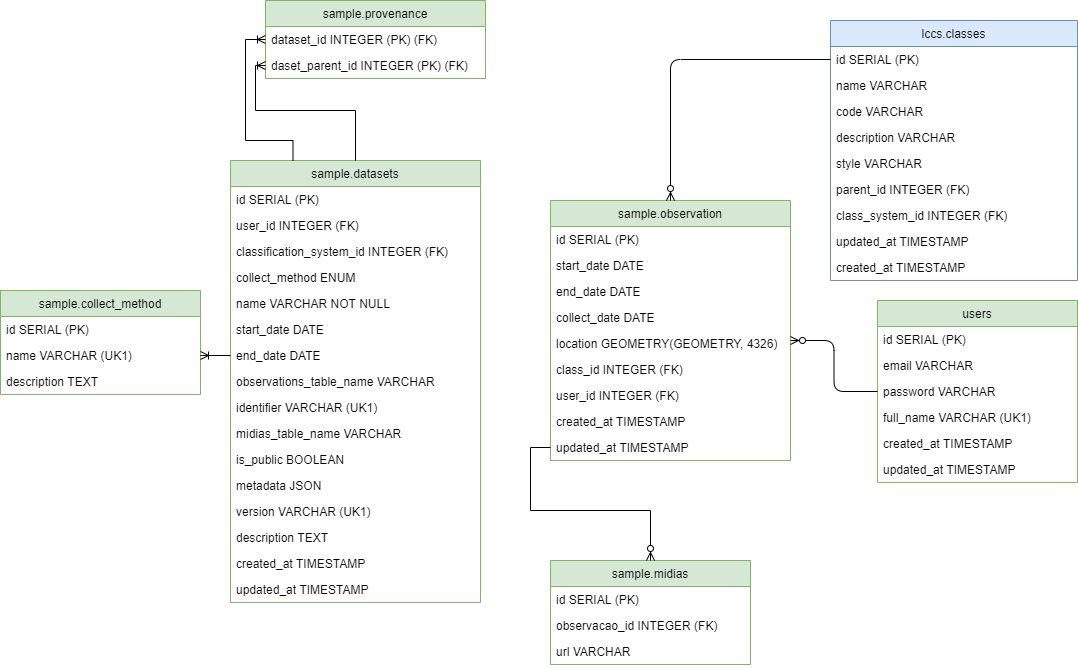
brazil-data-cube/sample-db keeps this draw.io diagram as docs/model/db-schema.png. Above is the earlier version. Source tidied: cells renumbered, new cells last; positions are measured from the earlier drawing's top-left corner, leaving out a move shared by most shapes.
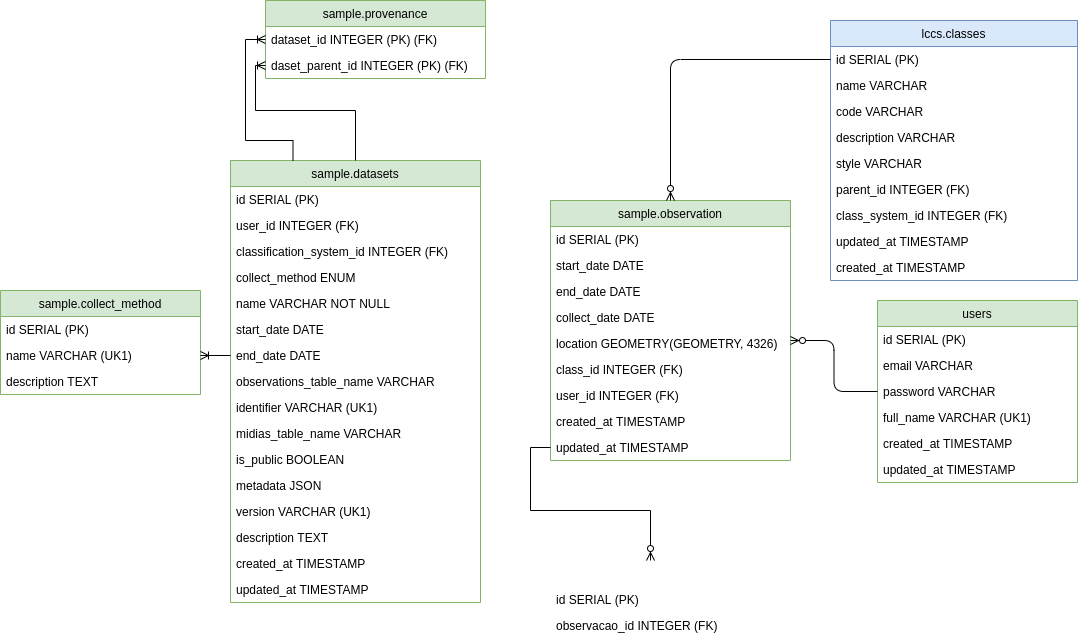
The same diagram one commit later.

Change to the diagram source:
```diff
@@ -147,62 +147,58 @@
     <mxCell id="47" value="updated_at TIMESTAMP" style="text;strokeColor=none;fillColor=none;align=left;verticalAlign=top;spacingLeft=4;spacingRight=4;overflow=hidden;" parent="31" vertex="1">
       <mxGeometry y="416" width="250" height="26" as="geometry" />
     </mxCell>
-    <mxCell id="48" value="sample.midias" style="swimlane;fontStyle=0;horizontal=1;startSize=26;fillColor=#d5e8d4;labelBackgroundColor=none;strokeColor=#82b366;" parent="1" vertex="1">
-      <mxGeometry x="550" y="560" width="200" height="104" as="geometry" />
+    <mxCell id="48" value="id SERIAL (PK)" style="text;strokeColor=none;fillColor=none;align=left;verticalAlign=top;spacingLeft=4;spacingRight=4;overflow=hidden;points=[[0,0.5],[1,0.5]];portConstraint=eastwest;" parent="1" vertex="1">
+      <mxGeometry x="550" y="586" width="200" height="26" as="geometry" />
     </mxCell>
-    <mxCell id="49" value="id SERIAL (PK)" style="text;strokeColor=none;fillColor=none;align=left;verticalAlign=top;spacingLeft=4;spacingRight=4;overflow=hidden;" parent="48" vertex="1">
-      <mxGeometry y="26" width="200" height="26" as="geometry" />
+    <mxCell id="49" value="observacao_id INTEGER (FK)" style="text;strokeColor=none;fillColor=none;align=left;verticalAlign=top;spacingLeft=4;spacingRight=4;overflow=hidden;" parent="1" vertex="1">
+      <mxGeometry x="550" y="612" width="200" height="26" as="geometry" />
     </mxCell>
-    <mxCell id="50" value="observacao_id INTEGER (FK)" style="text;strokeColor=none;fillColor=none;align=left;verticalAlign=top;spacingLeft=4;spacingRight=4;overflow=hidden;" parent="48" vertex="1">
-      <mxGeometry y="52" width="200" height="26" as="geometry" />
+    <mxCell id="50" value="sample.provenance" style="swimlane;fontStyle=0;horizontal=1;startSize=26;fillColor=#d5e8d4;labelBackgroundColor=none;strokeColor=#82b366;" parent="1" vertex="1">
+      <mxGeometry x="265" width="220" height="78" as="geometry" />
     </mxCell>
-    <mxCell id="51" value="url VARCHAR" style="text;strokeColor=none;fillColor=none;align=left;verticalAlign=top;spacingLeft=4;spacingRight=4;overflow=hidden;points=[[0,0.5],[1,0.5]];portConstraint=eastwest;" parent="48" vertex="1">
-      <mxGeometry y="78" width="200" height="26" as="geometry" />
+    <mxCell id="51" value="dataset_id INTEGER (PK) (FK)" style="text;strokeColor=none;fillColor=none;align=left;verticalAlign=top;spacingLeft=4;spacingRight=4;overflow=hidden;points=[[0,0.5],[1,0.5]];portConstraint=eastwest;" parent="50" vertex="1">
+      <mxGeometry y="26" width="220" height="26" as="geometry" />
     </mxCell>
-    <mxCell id="52" value="sample.provenance" style="swimlane;fontStyle=0;horizontal=1;startSize=26;fillColor=#d5e8d4;labelBackgroundColor=none;strokeColor=#82b366;" parent="1" vertex="1">
-      <mxGeometry x="265" width="220" height="78" as="geometry" />
+    <mxCell id="52" value="daset_parent_id INTEGER (PK) (FK)" style="text;strokeColor=none;fillColor=none;align=left;verticalAlign=top;spacingLeft=4;spacingRight=4;overflow=hidden;points=[[0,0.5],[1,0.5]];portConstraint=eastwest;" parent="50" vertex="1">
+      <mxGeometry y="52" width="220" height="26" as="geometry" />
     </mxCell>
-    <mxCell id="53" value="dataset_id INTEGER (PK) (FK)" style="text;strokeColor=none;fillColor=none;align=left;verticalAlign=top;spacingLeft=4;spacingRight=4;overflow=hidden;points=[[0,0.5],[1,0.5]];portConstraint=eastwest;" parent="52" vertex="1">
-      <mxGeometry y="26" width="220" height="26" as="geometry" />
+    <mxCell id="53" style="edgeStyle=orthogonalEdgeStyle;rounded=0;jettySize=auto;html=1;exitX=0.25;exitY=0;exitDx=0;exitDy=0;entryX=0;entryY=0.5;entryDx=0;entryDy=0;startArrow=none;startFill=0;endArrow=ERoneToMany;endFill=0;" parent="1" edge="1" source="31" target="51">
+      <mxGeometry relative="1" as="geometry">
+        <Array as="points">
+          <mxPoint x="293" y="140" />
+          <mxPoint x="245" y="140" />
+          <mxPoint x="245" y="39" />
+        </Array>
+      </mxGeometry>
     </mxCell>
-    <mxCell id="54" value="daset_parent_id INTEGER (PK) (FK)" style="text;strokeColor=none;fillColor=none;align=left;verticalAlign=top;spacingLeft=4;spacingRight=4;overflow=hidden;points=[[0,0.5],[1,0.5]];portConstraint=eastwest;" parent="52" vertex="1">
-      <mxGeometry y="52" width="220" height="26" as="geometry" />
+    <mxCell id="54" style="edgeStyle=orthogonalEdgeStyle;rounded=0;jettySize=auto;html=1;exitX=0.5;exitY=0;exitDx=0;exitDy=0;entryX=0;entryY=0.5;entryDx=0;entryDy=0;startArrow=none;startFill=0;endArrow=ERoneToMany;endFill=0;" parent="1" edge="1" source="31" target="52">
+      <mxGeometry relative="1" as="geometry">
+        <Array as="points">
+          <mxPoint x="355" y="110" />
+          <mxPoint x="255" y="110" />
+          <mxPoint x="255" y="65" />
+        </Array>
+      </mxGeometry>
     </mxCell>
-    <mxCell id="55" style="edgeStyle=orthogonalEdgeStyle;rounded=0;jettySize=auto;html=1;exitX=0.25;exitY=0;exitDx=0;exitDy=0;entryX=0;entryY=0.5;entryDx=0;entryDy=0;startArrow=none;startFill=0;endArrow=ERoneToMany;endFill=0;" parent="1" edge="1" source="31" target="53">
+    <mxCell id="55" style="edgeStyle=orthogonalEdgeStyle;rounded=0;jettySize=auto;html=1;exitX=0;exitY=0.5;exitDx=0;exitDy=0;entryX=0.5;entryY=0;entryDx=0;entryDy=0;startArrow=none;startFill=0;endArrow=ERzeroToMany;endFill=1;" parent="1" edge="1" source="28">
       <mxGeometry relative="1" as="geometry">
-        <Array as="points">
-          <mxPoint x="293" y="140" />
-          <mxPoint x="245" y="140" />
-          <mxPoint x="245" y="39" />
-        </Array>
+        <mxPoint x="650" y="560" as="targetPoint" />
       </mxGeometry>
     </mxCell>
-    <mxCell id="56" style="edgeStyle=orthogonalEdgeStyle;rounded=0;jettySize=auto;html=1;exitX=0.5;exitY=0;exitDx=0;exitDy=0;entryX=0;entryY=0.5;entryDx=0;entryDy=0;startArrow=none;startFill=0;endArrow=ERoneToMany;endFill=0;" parent="1" edge="1" source="31" target="54">
-      <mxGeometry relative="1" as="geometry">
-        <Array as="points">
-          <mxPoint x="355" y="110" />
-          <mxPoint x="255" y="110" />
-          <mxPoint x="255" y="65" />
-        </Array>
-      </mxGeometry>
+    <mxCell id="56" value="sample.collect_method" style="swimlane;fontStyle=0;horizontal=1;startSize=26;fillColor=#d5e8d4;labelBackgroundColor=none;strokeColor=#82b366;" parent="1" vertex="1">
+      <mxGeometry y="290" width="200" height="104" as="geometry" />
     </mxCell>
-    <mxCell id="57" style="edgeStyle=orthogonalEdgeStyle;rounded=0;jettySize=auto;html=1;exitX=0;exitY=0.5;exitDx=0;exitDy=0;entryX=0.5;entryY=0;entryDx=0;entryDy=0;startArrow=none;startFill=0;endArrow=ERzeroToMany;endFill=1;" parent="1" edge="1" source="28" target="48">
-      <mxGeometry relative="1" as="geometry" />
+    <mxCell id="57" value="id SERIAL (PK)" style="text;strokeColor=none;fillColor=none;align=left;verticalAlign=top;spacingLeft=4;spacingRight=4;overflow=hidden;" parent="56" vertex="1">
+      <mxGeometry y="26" width="200" height="26" as="geometry" />
     </mxCell>
-    <mxCell id="58" value="sample.collect_method" style="swimlane;fontStyle=0;horizontal=1;startSize=26;fillColor=#d5e8d4;labelBackgroundColor=none;strokeColor=#82b366;" parent="1" vertex="1">
-      <mxGeometry y="290" width="200" height="104" as="geometry" />
+    <mxCell id="58" value="name VARCHAR (UK1)" style="text;strokeColor=none;fillColor=none;align=left;verticalAlign=top;spacingLeft=4;spacingRight=4;overflow=hidden;points=[[0,0.5],[1,0.5]];portConstraint=eastwest;" parent="56" vertex="1">
+      <mxGeometry y="52" width="200" height="26" as="geometry" />
     </mxCell>
-    <mxCell id="59" value="id SERIAL (PK)" style="text;strokeColor=none;fillColor=none;align=left;verticalAlign=top;spacingLeft=4;spacingRight=4;overflow=hidden;" parent="58" vertex="1">
-      <mxGeometry y="26" width="200" height="26" as="geometry" />
+    <mxCell id="59" value="description TEXT" style="text;strokeColor=none;fillColor=none;align=left;verticalAlign=top;spacingLeft=4;spacingRight=4;overflow=hidden;" parent="56" vertex="1">
+      <mxGeometry y="78" width="200" height="26" as="geometry" />
     </mxCell>
-    <mxCell id="60" value="name VARCHAR (UK1)" style="text;strokeColor=none;fillColor=none;align=left;verticalAlign=top;spacingLeft=4;spacingRight=4;overflow=hidden;points=[[0,0.5],[1,0.5]];portConstraint=eastwest;" parent="58" vertex="1">
-      <mxGeometry y="52" width="200" height="26" as="geometry" />
+    <mxCell id="60" style="edgeStyle=orthogonalEdgeStyle;rounded=0;jettySize=auto;html=1;exitX=0;exitY=0.5;exitDx=0;exitDy=0;entryX=1;entryY=0.5;entryDx=0;entryDy=0;endArrow=ERoneToMany;endFill=0;" parent="1" edge="1" source="38" target="58">
+      <mxGeometry relative="1" as="geometry" />
     </mxCell>
-    <mxCell id="61" value="description TEXT" style="text;strokeColor=none;fillColor=none;align=left;verticalAlign=top;spacingLeft=4;spacingRight=4;overflow=hidden;" parent="58" vertex="1">
-      <mxGeometry y="78" width="200" height="26" as="geometry" />
-    </mxCell>
-    <mxCell id="62" style="edgeStyle=orthogonalEdgeStyle;rounded=0;jettySize=auto;html=1;exitX=0;exitY=0.5;exitDx=0;exitDy=0;entryX=1;entryY=0.5;entryDx=0;entryDy=0;endArrow=ERoneToMany;endFill=0;" parent="1" edge="1" source="38" target="60">
-      <mxGeometry relative="1" as="geometry" />
-    </mxCell>
   </root>
 </mxGraphModel>
```
